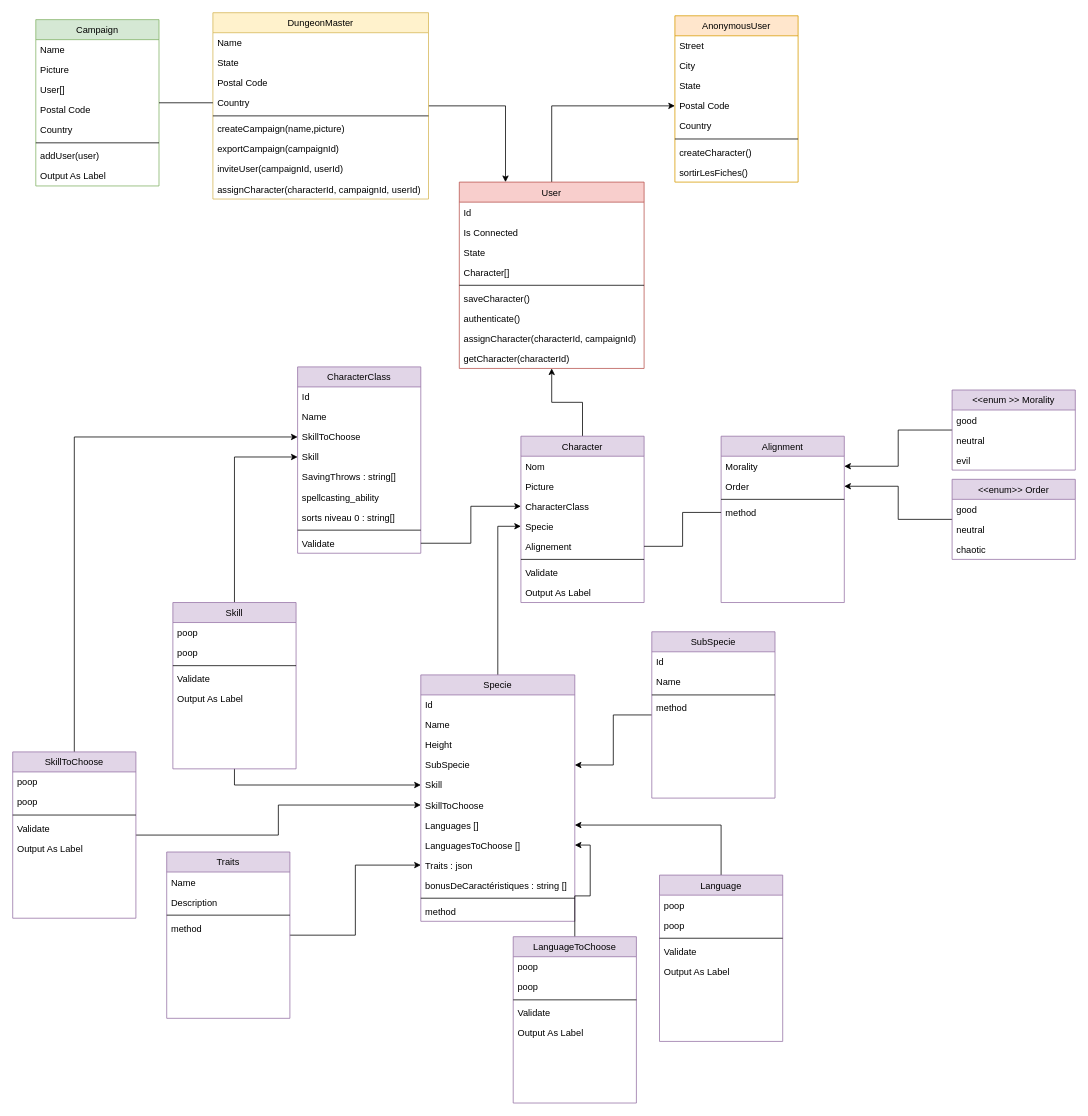
This is uml/class-diagram.drawio from isen-ap/coo-fggg, a draw.io file, before an edit. Source tidied: cells renumbered, new cells numbered last; positions are measured from the earlier drawing's top-left corner, leaving out a move shared by most shapes. Both pictures are drawn from the tidied source at 77%, with x=0, y=0 at pixel (12, 12).
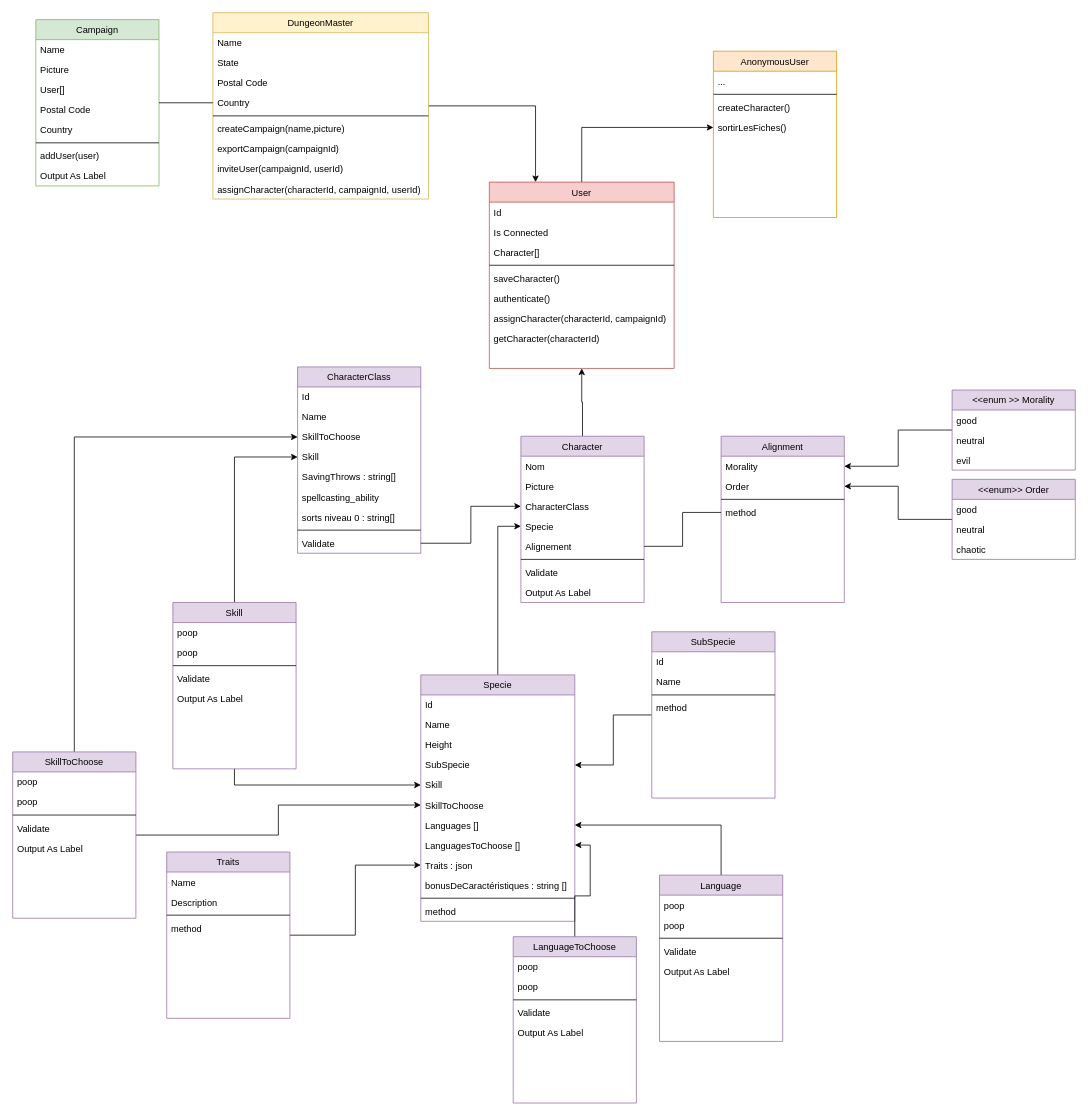
The same diagram, later.

Commit message (it also covers changes not shown here):
class diagram

Diff of the diagram source:
```diff
@@
     <mxCell id="2" value="AnonymousUser" style="swimlane;fontStyle=0;align=center;verticalAlign=top;horizontal=1;startSize=26;rounded=0;shadow=0;strokeWidth=1;fillColor=#ffe6cc;strokeColor=#d79b00;" parent="1" vertex="1">
-      <mxGeometry x="860" y="4" width="160" height="216" as="geometry" />
+      <mxGeometry x="910" y="50" width="160" height="216" as="geometry" />
     </mxCell>
-    <mxCell id="3" value="Street" style="text;align=left;verticalAlign=top;spacingLeft=4;spacingRight=4;overflow=hidden;" parent="2" vertex="1">
-      <mxGeometry y="26" width="160" height="26" as="geometry" />
-    </mxCell>
-    <mxCell id="4" value="City" style="text;align=left;verticalAlign=top;spacingLeft=4;spacingRight=4;overflow=hidden;rounded=0;shadow=0;html=0;" parent="2" vertex="1">
-      <mxGeometry y="52" width="160" height="26" as="geometry" />
-    </mxCell>
-    <mxCell id="5" value="State" style="text;align=left;verticalAlign=top;spacingLeft=4;spacingRight=4;overflow=hidden;rounded=0;shadow=0;html=0;" parent="2" vertex="1">
-      <mxGeometry y="78" width="160" height="26" as="geometry" />
-    </mxCell>
-    <mxCell id="6" value="Postal Code" style="text;align=left;verticalAlign=top;spacingLeft=4;spacingRight=4;overflow=hidden;points=[[0,0.5],[1,0.5]];portConstraint=eastwest;rounded=0;shadow=0;html=0;" parent="2" vertex="1">
-      <mxGeometry y="104" width="160" height="26" as="geometry" />
-    </mxCell>
-    <mxCell id="7" value="Country" style="text;align=left;verticalAlign=top;spacingLeft=4;spacingRight=4;overflow=hidden;rounded=0;shadow=0;html=0;" parent="2" vertex="1">
-      <mxGeometry y="130" width="160" height="26" as="geometry" />
+    <mxCell id="7" value="..." style="text;align=left;verticalAlign=top;spacingLeft=4;spacingRight=4;overflow=hidden;rounded=0;shadow=0;html=0;" parent="2" vertex="1">
+      <mxGeometry y="26" width="160" height="26" as="geometry" />
     </mxCell>
     <mxCell id="8" style="line;html=1;strokeWidth=1;align=left;verticalAlign=middle;spacingTop=-1;spacingLeft=3;spacingRight=3;labelPosition=right;" parent="2" vertex="1">
-      <mxGeometry y="156" width="160" height="8" as="geometry" />
+      <mxGeometry y="52" width="160" height="8" as="geometry" />
     </mxCell>
     <mxCell id="9" value="createCharacter()" style="text;align=left;verticalAlign=top;spacingLeft=4;spacingRight=4;overflow=hidden;" parent="2" vertex="1">
-      <mxGeometry y="164" width="160" height="26" as="geometry" />
+      <mxGeometry y="60" width="160" height="26" as="geometry" />
     </mxCell>
     <mxCell id="10" value="sortirLesFiches()" style="text;align=left;verticalAlign=top;spacingLeft=4;spacingRight=4;overflow=hidden;points=[[0,0.5],[1,0.5]];portConstraint=eastwest;" parent="2" vertex="1">
-      <mxGeometry y="190" width="160" height="26" as="geometry" />
+      <mxGeometry y="86" width="160" height="26" as="geometry" />
     </mxCell>
@@
-    <mxCell id="22" style="edgeStyle=orthogonalEdgeStyle;rounded=0;jettySize=auto;html=1;entryX=0;entryY=0.5;entryDx=0;entryDy=0;" parent="1" edge="1" source="23" target="6">
-      <mxGeometry relative="1" as="geometry" />
-    </mxCell>
+    <mxCell id="136" style="edgeStyle=orthogonalEdgeStyle;rounded=0;jettySize=auto;html=1;entryX=0;entryY=0.5;entryDx=0;entryDy=0;" parent="1" edge="1" source="23" target="10">
+      <mxGeometry relative="1" as="geometry" />
+    </mxCell>
     <mxCell id="23" value="User" style="swimlane;fontStyle=0;align=center;verticalAlign=top;horizontal=1;startSize=26;rounded=0;shadow=0;strokeWidth=1;fillColor=#f8cecc;strokeColor=#b85450;" parent="1" vertex="1">
-      <mxGeometry x="580" y="220" width="240" height="242" as="geometry" />
+      <mxGeometry x="619" y="220" width="240" height="242" as="geometry" />
     </mxCell>
@@
-    <mxCell id="26" value="State" style="text;align=left;verticalAlign=top;spacingLeft=4;spacingRight=4;overflow=hidden;rounded=0;shadow=0;html=0;" parent="23" vertex="1">
-      <mxGeometry y="78" width="240" height="26" as="geometry" />
-    </mxCell>
     <mxCell id="27" value="Character[]" style="text;align=left;verticalAlign=top;spacingLeft=4;spacingRight=4;overflow=hidden;rounded=0;shadow=0;html=0;" parent="23" vertex="1">
-      <mxGeometry y="104" width="240" height="26" as="geometry" />
+      <mxGeometry y="78" width="240" height="26" as="geometry" />
     </mxCell>
     <mxCell id="28" style="line;html=1;strokeWidth=1;align=left;verticalAlign=middle;spacingTop=-1;spacingLeft=3;spacingRight=3;labelPosition=right;" parent="23" vertex="1">
-      <mxGeometry y="130" width="240" height="8" as="geometry" />
+      <mxGeometry y="104" width="240" height="8" as="geometry" />
     </mxCell>
     <mxCell id="29" value="saveCharacter()" style="text;align=left;verticalAlign=top;spacingLeft=4;spacingRight=4;overflow=hidden;" parent="23" vertex="1">
-      <mxGeometry y="138" width="240" height="26" as="geometry" />
+      <mxGeometry y="112" width="240" height="26" as="geometry" />
     </mxCell>
     <mxCell id="30" value="authenticate()" style="text;align=left;verticalAlign=top;spacingLeft=4;spacingRight=4;overflow=hidden;" parent="23" vertex="1">
-      <mxGeometry y="164" width="240" height="26" as="geometry" />
+      <mxGeometry y="138" width="240" height="26" as="geometry" />
     </mxCell>
     <mxCell id="31" value="assignCharacter(characterId, campaignId)" style="text;align=left;verticalAlign=top;spacingLeft=4;spacingRight=4;overflow=hidden;" parent="23" vertex="1">
-      <mxGeometry y="190" width="240" height="26" as="geometry" />
+      <mxGeometry y="164" width="240" height="26" as="geometry" />
     </mxCell>
     <mxCell id="32" value="getCharacter(characterId)" style="text;align=left;verticalAlign=top;spacingLeft=4;spacingRight=4;overflow=hidden;" parent="23" vertex="1">
-      <mxGeometry y="216" width="240" height="26" as="geometry" />
+      <mxGeometry y="190" width="240" height="26" as="geometry" />
     </mxCell>
```
